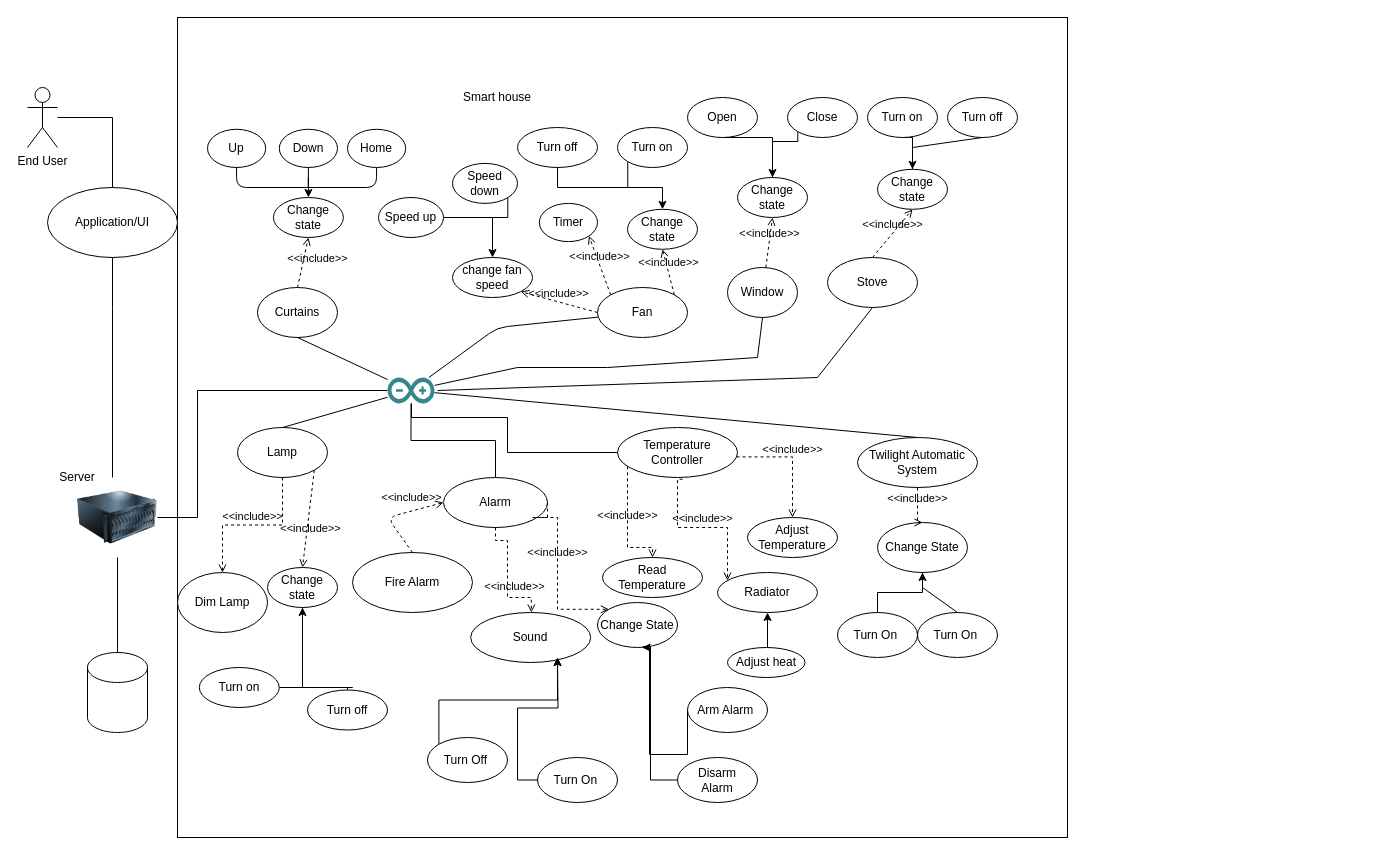
Before: Device_Group/Diagrams/Devices_UseCase.drawio in homedork-se2/Artefacts-docs, a draw.io diagram. Source tidied: cells renumbered, new cells numbered last; positions are measured from the earlier drawing's top-left corner, leaving out a move shared by most shapes. Both pictures are drawn from the tidied source at 100%, with x=0, y=0 at pixel (27, 17).
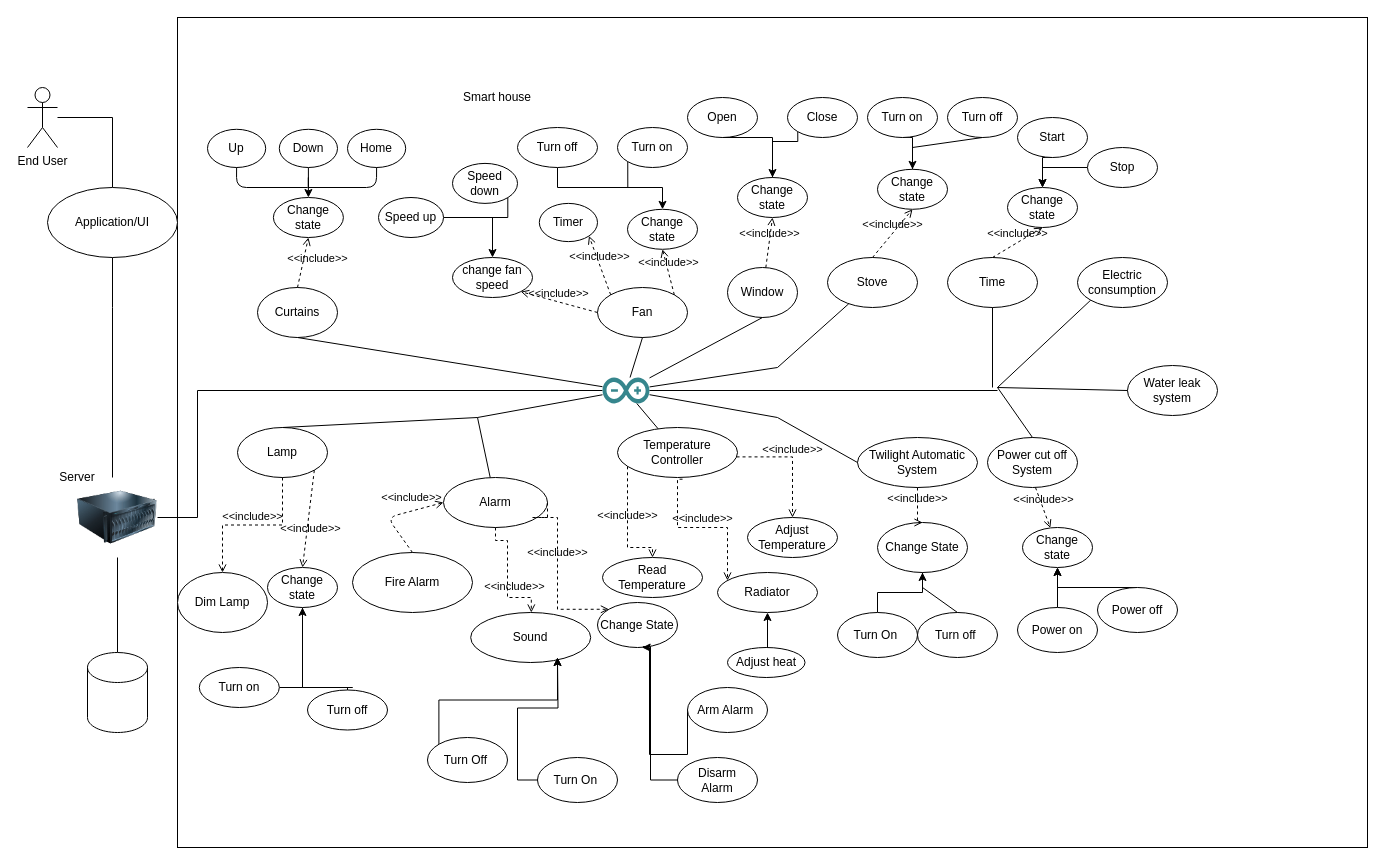
After the change.

Commit message:
update use case digram

The change refers to these unchanged cells:
```xml
<mxCell id="8" value="&lt;div&gt;Lamp&lt;/div&gt;" style="ellipse;whiteSpace=wrap;html=1;" parent="1" vertex="1">
  <mxGeometry x="210" y="410" width="90" height="50" as="geometry" />
</mxCell>
<mxCell id="13" value="Curtains " style="ellipse;whiteSpace=wrap;html=1;" parent="1" vertex="1">
  <mxGeometry x="230" y="270" width="80" height="50" as="geometry" />
</mxCell>
<mxCell id="14" value="&lt;div&gt;Fan&lt;/div&gt;" style="ellipse;whiteSpace=wrap;html=1;" parent="1" vertex="1">
  <mxGeometry x="570" y="270" width="90" height="50" as="geometry" />
</mxCell>
<mxCell id="51" value="Temperature Controller" style="ellipse;whiteSpace=wrap;html=1;" parent="1" vertex="1">
  <mxGeometry x="590" y="410" width="120" height="50" as="geometry" />
</mxCell>
<mxCell id="58" value="Alarm" style="ellipse;whiteSpace=wrap;html=1;" parent="1" vertex="1">
  <mxGeometry x="416" y="460" width="104" height="50" as="geometry" />
</mxCell>
<mxCell id="71" value="&lt;div&gt;Window&lt;/div&gt;" style="ellipse;whiteSpace=wrap;html=1;" parent="1" vertex="1">
  <mxGeometry x="700" y="250" width="70" height="50" as="geometry" />
</mxCell>
<mxCell id="83" value="Stove" style="ellipse;whiteSpace=wrap;html=1;" parent="1" vertex="1">
  <mxGeometry x="800" y="240" width="90" height="50" as="geometry" />
</mxCell>
<mxCell id="93" value="&lt;div&gt;&lt;span lang=&quot;SV&quot;&gt;Twilight Automatic System&lt;/span&gt;&lt;/div&gt;" style="ellipse;whiteSpace=wrap;html=1;" parent="1" vertex="1">
  <mxGeometry x="830" y="420" width="120" height="50" as="geometry" />
</mxCell>
```

Change to the diagram source:
```diff
@@
     <mxCell id="2" style="rounded=0;whiteSpace=wrap;html=1;" parent="1" vertex="1">
-      <mxGeometry x="150" width="890" height="820" as="geometry" />
+      <mxGeometry x="150" width="1190" height="830" as="geometry" />
     </mxCell>
@@
     <mxCell id="24" style="dashed=0;outlineConnect=0;html=1;align=center;labelPosition=center;verticalLabelPosition=bottom;verticalAlign=top;shape=mxgraph.weblogos.arduino;fillColor=#36868D;strokeColor=none;" parent="1" vertex="1">
-      <mxGeometry x="360" y="360" width="47" height="26" as="geometry" />
+      <mxGeometry x="575" y="360" width="47" height="26" as="geometry" />
     </mxCell>
-    <mxCell id="25" style="endArrow=none;html=1;exitX=0.5;exitY=0;exitDx=0;exitDy=0;" parent="1" edge="1" source="8" target="24">
-      <mxGeometry relative="1" as="geometry" />
-    </mxCell>
-    <mxCell id="26" style="endArrow=none;html=1;" parent="1" edge="1" source="14" target="24">
-      <mxGeometry relative="1" as="geometry">
-        <Array as="points">
-          <mxPoint x="470" y="310" />
-        </Array>
-      </mxGeometry>
-    </mxCell>
@@
-    <mxCell id="46" style="endArrow=none;html=1;exitX=0.5;exitY=1;exitDx=0;exitDy=0;" parent="1" edge="1" source="13" target="24">
-      <mxGeometry relative="1" as="geometry" />
-    </mxCell>
@@
-    <mxCell id="50" style="edgeStyle=orthogonalEdgeStyle;rounded=0;jettySize=auto;html=1;exitX=0;exitY=0.5;exitDx=0;exitDy=0;endArrow=none;endFill=0;" parent="1" edge="1" source="51" target="24">
-      <mxGeometry relative="1" as="geometry">
-        <Array as="points">
-          <mxPoint x="480" y="435" />
-          <mxPoint x="480" y="400" />
-          <mxPoint x="384" y="400" />
-        </Array>
-      </mxGeometry>
-    </mxCell>
@@
-    <mxCell id="57" style="edgeStyle=orthogonalEdgeStyle;rounded=0;jettySize=auto;html=1;exitX=0.5;exitY=0;exitDx=0;exitDy=0;endArrow=none;endFill=0;" parent="1" edge="1" source="58" target="24">
-      <mxGeometry relative="1" as="geometry" />
-    </mxCell>
@@
-    <mxCell id="78" style="endArrow=none;html=1;rounded=0;exitX=0.5;exitY=1;exitDx=0;exitDy=0;" parent="1" edge="1" source="71" target="24">
-      <mxGeometry relative="1" as="geometry">
-        <Array as="points">
-          <mxPoint x="730" y="340" />
-          <mxPoint x="580" y="350" />
-          <mxPoint x="490" y="350" />
-        </Array>
-      </mxGeometry>
-    </mxCell>
@@
-    <mxCell id="90" style="endArrow=none;html=1;rounded=0;entryX=0.5;entryY=1;entryDx=0;entryDy=0;" parent="1" edge="1" target="83">
-      <mxGeometry relative="1" as="geometry">
-        <mxPoint x="410" y="373" as="sourcePoint" />
-        <Array as="points">
-          <mxPoint x="790" y="360" />
-        </Array>
-      </mxGeometry>
-    </mxCell>
@@
-    <mxCell id="98" value="Turn On&amp;nbsp;" style="ellipse;whiteSpace=wrap;html=1;" parent="1" vertex="1">
+    <mxCell id="98" value="Turn off&amp;nbsp;" style="ellipse;whiteSpace=wrap;html=1;" parent="1" vertex="1">
       <mxGeometry x="890" y="595" width="80" height="45" as="geometry" />
     </mxCell>
@@
+    <mxCell id="101" style="endArrow=none;html=1;rounded=0;" parent="1" edge="1" target="24">
+      <mxGeometry relative="1" as="geometry">
+        <mxPoint x="450" y="400" as="sourcePoint" />
+      </mxGeometry>
+    </mxCell>
+    <mxCell id="102" style="endArrow=none;html=1;rounded=0;" parent="1" edge="1" target="58">
+      <mxGeometry relative="1" as="geometry">
+        <mxPoint x="450" y="400" as="sourcePoint" />
+      </mxGeometry>
+    </mxCell>
+    <mxCell id="103" style="endArrow=none;html=1;rounded=0;entryX=0.5;entryY=0;entryDx=0;entryDy=0;" parent="1" edge="1" target="8">
+      <mxGeometry relative="1" as="geometry">
+        <mxPoint x="450" y="400" as="sourcePoint" />
+      </mxGeometry>
+    </mxCell>
+    <mxCell id="104" style="endArrow=none;html=1;rounded=0;entryX=0.5;entryY=1;entryDx=0;entryDy=0;" parent="1" edge="1" source="24" target="13">
+      <mxGeometry relative="1" as="geometry" />
+    </mxCell>
+    <mxCell id="105" style="endArrow=none;html=1;rounded=0;entryX=0.5;entryY=1;entryDx=0;entryDy=0;" parent="1" edge="1" source="24" target="14">
+      <mxGeometry relative="1" as="geometry" />
+    </mxCell>
+    <mxCell id="106" style="endArrow=none;html=1;rounded=0;entryX=0.5;entryY=1;entryDx=0;entryDy=0;" parent="1" edge="1" source="24" target="71">
+      <mxGeometry relative="1" as="geometry" />
+    </mxCell>
+    <mxCell id="107" style="endArrow=none;html=1;rounded=0;" parent="1" edge="1" source="24" target="83">
+      <mxGeometry relative="1" as="geometry">
+        <Array as="points">
+          <mxPoint x="750" y="350" />
+        </Array>
+      </mxGeometry>
+    </mxCell>
+    <mxCell id="50" style="endArrow=none;html=1;rounded=0;" parent="1" edge="1" source="51" target="24">
+      <mxGeometry relative="1" as="geometry" />
+    </mxCell>
-    <mxCell id="100" style="endArrow=none;html=1;rounded=0;entryX=0.5;entryY=0;entryDx=0;entryDy=0;" parent="1" edge="1" source="24" target="93">
-      <mxGeometry relative="1" as="geometry" />
+    <mxCell id="100" style="endArrow=none;html=1;rounded=0;entryX=0;entryY=0.5;entryDx=0;entryDy=0;" parent="1" edge="1" source="24" target="93">
+      <mxGeometry relative="1" as="geometry">
+        <Array as="points">
+          <mxPoint x="750" y="400" />
+        </Array>
+      </mxGeometry>
     </mxCell>
+    <mxCell id="108" style="endArrow=none;html=1;rounded=0;" parent="1" edge="1" source="24">
+      <mxGeometry relative="1" as="geometry">
+        <mxPoint x="970" y="373" as="targetPoint" />
+      </mxGeometry>
+    </mxCell>
+    <mxCell id="109" value="Time" style="ellipse;whiteSpace=wrap;html=1;" parent="1" vertex="1">
+      <mxGeometry x="920" y="240" width="90" height="50" as="geometry" />
+    </mxCell>
+    <mxCell id="110" value="&lt;div&gt;Change state&lt;/div&gt;" style="ellipse;whiteSpace=wrap;html=1;" parent="1" vertex="1">
+      <mxGeometry x="980" y="170" width="70" height="40" as="geometry" />
+    </mxCell>
+    <mxCell id="111" value="&amp;lt;&amp;lt;include&amp;gt;&amp;gt;" style="html=1;verticalAlign=bottom;labelBackgroundColor=none;endArrow=open;endFill=0;dashed=1;entryX=0.5;entryY=1;entryDx=0;entryDy=0;exitX=0.5;exitY=0;exitDx=0;exitDy=0;" parent="1" edge="1" source="109" target="110">
+      <mxGeometry relative="1" as="geometry" />
+    </mxCell>
+    <mxCell id="112" style="edgeStyle=orthogonalEdgeStyle;rounded=0;jettySize=auto;html=1;exitX=0.5;exitY=1;exitDx=0;exitDy=0;entryX=0.5;entryY=0;entryDx=0;entryDy=0;" parent="1" edge="1" source="113" target="110">
+      <mxGeometry relative="1" as="geometry" />
+    </mxCell>
+    <mxCell id="113" value="Start" style="ellipse;whiteSpace=wrap;html=1;" parent="1" vertex="1">
+      <mxGeometry x="990" y="100" width="70" height="40" as="geometry" />
+    </mxCell>
+    <mxCell id="114" style="edgeStyle=orthogonalEdgeStyle;rounded=0;jettySize=auto;html=1;exitX=0;exitY=0.5;exitDx=0;exitDy=0;entryX=0.5;entryY=0;entryDx=0;entryDy=0;" parent="1" edge="1" source="115" target="110">
+      <mxGeometry relative="1" as="geometry" />
+    </mxCell>
+    <mxCell id="115" value="Stop" style="ellipse;whiteSpace=wrap;html=1;" parent="1" vertex="1">
+      <mxGeometry x="1060" y="130" width="70" height="40" as="geometry" />
+    </mxCell>
+    <mxCell id="116" style="endArrow=none;html=1;rounded=0;" parent="1" edge="1" target="109">
+      <mxGeometry relative="1" as="geometry">
+        <mxPoint x="965" y="370" as="sourcePoint" />
+      </mxGeometry>
+    </mxCell>
+    <mxCell id="117" value="Power cut off System" style="ellipse;whiteSpace=wrap;html=1;" parent="1" vertex="1">
+      <mxGeometry x="960" y="420" width="90" height="50" as="geometry" />
+    </mxCell>
+    <mxCell id="118" value="&lt;div&gt;Change state&lt;/div&gt;" style="ellipse;whiteSpace=wrap;html=1;" parent="1" vertex="1">
+      <mxGeometry x="995" y="510" width="70" height="40" as="geometry" />
+    </mxCell>
+    <mxCell id="119" value="&amp;lt;&amp;lt;include&amp;gt;&amp;gt;" style="html=1;verticalAlign=bottom;labelBackgroundColor=none;endArrow=open;endFill=0;dashed=1;" parent="1" edge="1" target="118">
+      <mxGeometry relative="1" as="geometry">
+        <mxPoint x="1008" y="470" as="sourcePoint" />
+      </mxGeometry>
+    </mxCell>
+    <mxCell id="120" style="edgeStyle=orthogonalEdgeStyle;rounded=0;jettySize=auto;html=1;exitX=0.5;exitY=0;exitDx=0;exitDy=0;entryX=0.5;entryY=1;entryDx=0;entryDy=0;" parent="1" edge="1" source="121" target="118">
+      <mxGeometry relative="1" as="geometry" />
+    </mxCell>
+    <mxCell id="121" value="Power on" style="ellipse;whiteSpace=wrap;html=1;" parent="1" vertex="1">
+      <mxGeometry x="990" y="590" width="80" height="45" as="geometry" />
+    </mxCell>
+    <mxCell id="122" style="edgeStyle=orthogonalEdgeStyle;rounded=0;jettySize=auto;html=1;exitX=0.5;exitY=0;exitDx=0;exitDy=0;entryX=0.5;entryY=1;entryDx=0;entryDy=0;" parent="1" edge="1" source="123" target="118">
+      <mxGeometry relative="1" as="geometry">
+        <Array as="points">
+          <mxPoint x="1030" y="570" />
+        </Array>
+      </mxGeometry>
+    </mxCell>
+    <mxCell id="123" value="Power off" style="ellipse;whiteSpace=wrap;html=1;" parent="1" vertex="1">
+      <mxGeometry x="1070" y="570" width="80" height="45" as="geometry" />
+    </mxCell>
+    <mxCell id="124" style="endArrow=none;html=1;rounded=0;exitX=0.5;exitY=0;exitDx=0;exitDy=0;" parent="1" edge="1" source="117">
+      <mxGeometry relative="1" as="geometry">
+        <mxPoint x="970" y="370" as="targetPoint" />
+      </mxGeometry>
+    </mxCell>
+    <mxCell id="125" value="Electric consumption" style="ellipse;whiteSpace=wrap;html=1;" parent="1" vertex="1">
+      <mxGeometry x="1050" y="240" width="90" height="50" as="geometry" />
+    </mxCell>
+    <mxCell id="126" style="endArrow=none;html=1;rounded=0;entryX=0;entryY=1;entryDx=0;entryDy=0;" parent="1" edge="1" target="125">
+      <mxGeometry relative="1" as="geometry">
+        <mxPoint x="970" y="370" as="sourcePoint" />
+      </mxGeometry>
+    </mxCell>
+    <mxCell id="127" value="Water leak system" style="ellipse;whiteSpace=wrap;html=1;" parent="1" vertex="1">
+      <mxGeometry x="1100" y="348" width="90" height="50" as="geometry" />
+    </mxCell>
+    <mxCell id="128" style="endArrow=none;html=1;rounded=0;entryX=0;entryY=0.5;entryDx=0;entryDy=0;" parent="1" edge="1" target="127">
+      <mxGeometry relative="1" as="geometry">
+        <mxPoint x="970" y="370" as="sourcePoint" />
+      </mxGeometry>
+    </mxCell>
```
